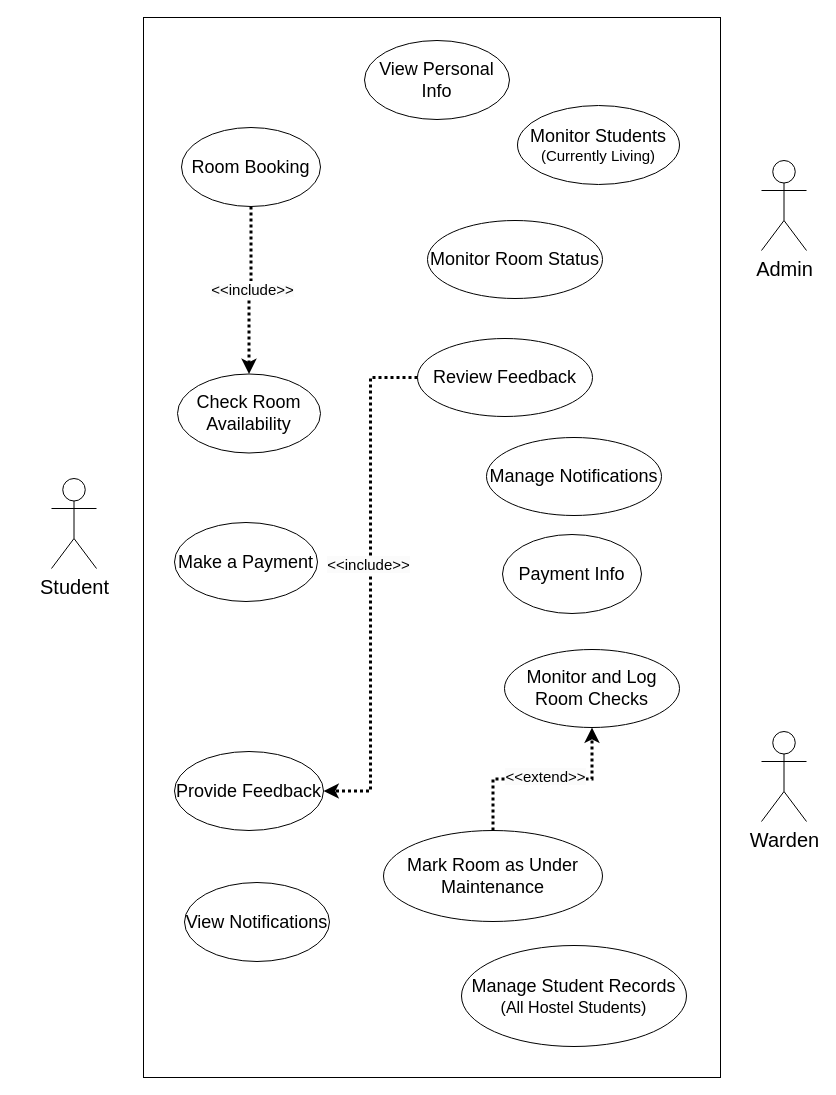
This is Use_case_diagram.drawio from OU-Hostel-Management/OU-Hostel-System, a draw.io file, before an edit. Source tidied: cells renumbered, new cells numbered last; positions are measured from the earlier drawing's top-left corner, leaving out a move shared by most shapes. Both pictures are drawn from the tidied source at 100%, with x=0, y=0 at pixel (51, 17).
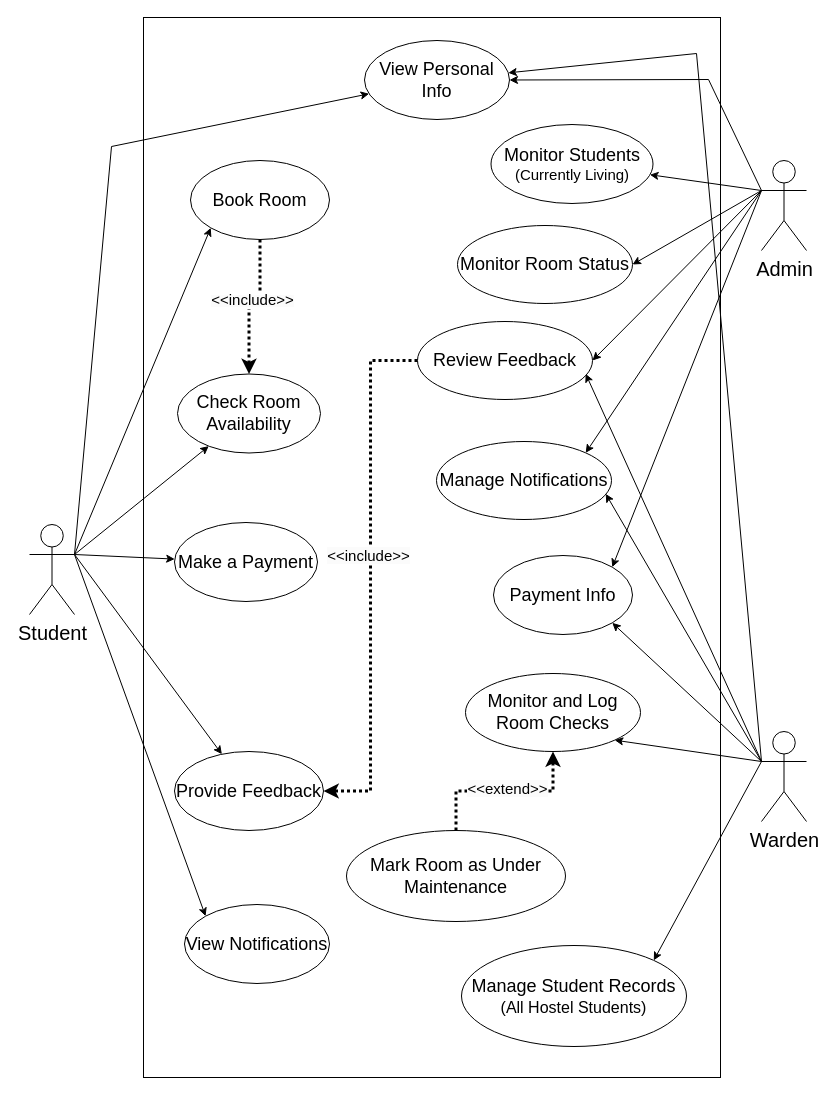
After the change.

The change refers to these unchanged cells:
```xml
<mxCell id="3" value="&lt;font style=&quot;font-size: 20px;&quot;&gt;Admin&lt;/font&gt;" style="shape=umlActor;verticalLabelPosition=bottom;verticalAlign=top;html=1;outlineConnect=0;" parent="1" vertex="1">
  <mxGeometry x="710" y="143" width="45" height="90" as="geometry" />
</mxCell>
<mxCell id="4" value="&lt;font style=&quot;font-size: 20px;&quot;&gt;Warden&lt;/font&gt;" style="shape=umlActor;verticalLabelPosition=bottom;verticalAlign=top;html=1;outlineConnect=0;" parent="1" vertex="1">
  <mxGeometry x="710" y="714" width="45" height="90" as="geometry" />
</mxCell>
<mxCell id="6" value="&lt;font style=&quot;font-size: 18px;&quot;&gt;View Personal Info&lt;/font&gt;" style="ellipse;whiteSpace=wrap;html=1;" parent="1" vertex="1">
  <mxGeometry x="313" y="23" width="145" height="79" as="geometry" />
</mxCell>
<mxCell id="10" value="&lt;font style=&quot;font-size: 18px;&quot;&gt;Make a Payment&lt;/font&gt;" style="ellipse;whiteSpace=wrap;html=1;" parent="1" vertex="1">
  <mxGeometry x="123" y="505" width="143" height="79" as="geometry" />
</mxCell>
<mxCell id="11" value="&lt;font style=&quot;font-size: 18px;&quot;&gt;Provide Feedback&lt;/font&gt;" style="ellipse;whiteSpace=wrap;html=1;" parent="1" vertex="1">
  <mxGeometry x="123" y="734" width="149" height="79" as="geometry" />
</mxCell>
<mxCell id="13" value="&lt;font style=&quot;font-size: 18px;&quot;&gt;Check Room Availability&lt;/font&gt;" style="ellipse;whiteSpace=wrap;html=1;" parent="1" vertex="1">
  <mxGeometry x="126" y="356.5" width="143" height="79" as="geometry" />
</mxCell>
<mxCell id="22" value="&lt;font style=&quot;font-size: 18px;&quot;&gt;Manage Student Records&lt;/font&gt;&lt;div&gt;&lt;font style=&quot;font-size: 16px;&quot;&gt;(All Hostel Students)&lt;/font&gt;&lt;/div&gt;" style="ellipse;whiteSpace=wrap;html=1;" parent="1" vertex="1">
  <mxGeometry x="410" y="928" width="225" height="101" as="geometry" />
</mxCell>
```

The edit, as a diff of the source:
```diff
@@
+    <mxCell id="5" style="rounded=0;whiteSpace=wrap;html=1;fillColor=default;" parent="1" vertex="1">
+      <mxGeometry x="92" width="577" height="1060" as="geometry" />
+    </mxCell>
     <mxCell id="2" value="&lt;font style=&quot;font-size: 20px;&quot;&gt;Student&lt;/font&gt;" style="shape=umlActor;verticalLabelPosition=bottom;verticalAlign=top;html=1;outlineConnect=0;" parent="1" vertex="1">
-      <mxGeometry y="461" width="45" height="90" as="geometry" />
+      <mxGeometry x="-22" y="507" width="45" height="90" as="geometry" />
     </mxCell>
@@
-    <mxCell id="5" style="rounded=0;whiteSpace=wrap;html=1;fillColor=default;" parent="1" vertex="1">
-      <mxGeometry x="92" width="577" height="1060" as="geometry" />
-    </mxCell>
@@
-    <mxCell id="9" value="&lt;font style=&quot;font-size: 18px;&quot;&gt;Room Booking&lt;/font&gt;" style="ellipse;whiteSpace=wrap;html=1;" parent="1" vertex="1">
-      <mxGeometry x="130" y="110" width="139" height="79" as="geometry" />
+    <mxCell id="9" value="&lt;span style=&quot;font-size: 18px;&quot;&gt;Book Room&lt;/span&gt;" style="ellipse;whiteSpace=wrap;html=1;" parent="1" vertex="1">
+      <mxGeometry x="139" y="143" width="139" height="79" as="geometry" />
     </mxCell>
@@
     <mxCell id="12" value="&lt;font style=&quot;font-size: 18px;&quot;&gt;View Notifications&lt;/font&gt;" style="ellipse;whiteSpace=wrap;html=1;" parent="1" vertex="1">
-      <mxGeometry x="133" y="865" width="145" height="79" as="geometry" />
+      <mxGeometry x="133" y="887" width="145" height="79" as="geometry" />
     </mxCell>
@@
     <mxCell id="14" value="&lt;font style=&quot;font-size: 18px;&quot;&gt;Monitor Students&lt;/font&gt;&lt;div&gt;&lt;font style=&quot;font-size: 15px;&quot;&gt;(Currently Living)&lt;/font&gt;&lt;/div&gt;" style="ellipse;whiteSpace=wrap;html=1;" parent="1" vertex="1">
-      <mxGeometry x="466" y="88" width="162" height="79" as="geometry" />
+      <mxGeometry x="439.5" y="107" width="162" height="79" as="geometry" />
     </mxCell>
     <mxCell id="15" value="&lt;font style=&quot;font-size: 18px;&quot;&gt;Payment Info&lt;/font&gt;" style="ellipse;whiteSpace=wrap;html=1;" parent="1" vertex="1">
-      <mxGeometry x="451" y="517" width="139" height="79" as="geometry" />
+      <mxGeometry x="442" y="538" width="139" height="79" as="geometry" />
     </mxCell>
     <mxCell id="16" value="&lt;font style=&quot;font-size: 18px;&quot;&gt;Manage Notifications&lt;/font&gt;" style="ellipse;whiteSpace=wrap;html=1;" parent="1" vertex="1">
-      <mxGeometry x="435" y="420" width="175" height="78" as="geometry" />
+      <mxGeometry x="385" y="424" width="175" height="78" as="geometry" />
     </mxCell>
@@
     <mxCell id="19" value="&lt;font style=&quot;font-size: 18px;&quot;&gt;Review Feedback&lt;/font&gt;" style="ellipse;whiteSpace=wrap;html=1;" parent="1" vertex="1">
-      <mxGeometry x="366" y="321" width="175" height="78" as="geometry" />
+      <mxGeometry x="366" y="304" width="175" height="78" as="geometry" />
     </mxCell>
     <mxCell id="20" value="&lt;font style=&quot;font-size: 18px;&quot;&gt;Monitor Room Status&lt;/font&gt;" style="ellipse;whiteSpace=wrap;html=1;" parent="1" vertex="1">
-      <mxGeometry x="376" y="203" width="175" height="78" as="geometry" />
+      <mxGeometry x="406" y="208" width="175" height="78" as="geometry" />
     </mxCell>
@@
     <mxCell id="23" value="&lt;font style=&quot;font-size: 18px;&quot;&gt;Monitor and Log Room Checks&lt;/font&gt;" style="ellipse;whiteSpace=wrap;html=1;" parent="1" vertex="1">
-      <mxGeometry x="453" y="632" width="175" height="78" as="geometry" />
+      <mxGeometry x="414" y="656" width="175" height="78" as="geometry" />
     </mxCell>
@@
     <mxCell id="26" value="&lt;font style=&quot;font-size: 18px;&quot;&gt;Mark Room as Under Maintenance&lt;/font&gt;" style="ellipse;whiteSpace=wrap;html=1;" parent="1" vertex="1">
-      <mxGeometry x="332" y="813" width="219" height="91" as="geometry" />
+      <mxGeometry x="295" y="813" width="219" height="91" as="geometry" />
     </mxCell>
+    <mxCell id="27" style="endArrow=classic;html=1;rounded=0;exitX=1;exitY=0.3333333333333333;exitDx=0;exitDy=0;exitPerimeter=0;" parent="1" edge="1" source="2" target="6">
+      <mxGeometry relative="1" as="geometry">
+        <Array as="points">
+          <mxPoint x="60" y="129" />
+        </Array>
+      </mxGeometry>
+    </mxCell>
+    <mxCell id="28" style="endArrow=classic;html=1;rounded=0;exitX=1;exitY=0.3333333333333333;exitDx=0;exitDy=0;exitPerimeter=0;entryX=0;entryY=1;entryDx=0;entryDy=0;" parent="1" edge="1" source="2" target="9">
+      <mxGeometry relative="1" as="geometry" />
+    </mxCell>
+    <mxCell id="29" style="endArrow=classic;html=1;rounded=0;exitX=1;exitY=0.3333333333333333;exitDx=0;exitDy=0;exitPerimeter=0;" parent="1" edge="1" source="2" target="13">
+      <mxGeometry relative="1" as="geometry" />
+    </mxCell>
+    <mxCell id="30" style="endArrow=classic;html=1;rounded=0;exitX=1;exitY=0.3333333333333333;exitDx=0;exitDy=0;exitPerimeter=0;" parent="1" edge="1" source="2" target="10">
+      <mxGeometry relative="1" as="geometry" />
+    </mxCell>
+    <mxCell id="31" style="endArrow=classic;html=1;rounded=0;exitX=1;exitY=0.3333333333333333;exitDx=0;exitDy=0;exitPerimeter=0;" parent="1" edge="1" source="2" target="11">
+      <mxGeometry relative="1" as="geometry" />
+    </mxCell>
+    <mxCell id="32" style="endArrow=classic;html=1;rounded=0;exitX=1;exitY=0.3333333333333333;exitDx=0;exitDy=0;exitPerimeter=0;entryX=0;entryY=0;entryDx=0;entryDy=0;" parent="1" edge="1" source="2" target="12">
+      <mxGeometry relative="1" as="geometry" />
+    </mxCell>
+    <mxCell id="33" style="endArrow=classic;html=1;rounded=0;exitX=0;exitY=0.3333333333333333;exitDx=0;exitDy=0;exitPerimeter=0;" parent="1" edge="1" source="3" target="6">
+      <mxGeometry relative="1" as="geometry">
+        <Array as="points">
+          <mxPoint x="657" y="62" />
+        </Array>
+      </mxGeometry>
+    </mxCell>
+    <mxCell id="34" style="endArrow=classic;html=1;rounded=0;exitX=0;exitY=0.3333333333333333;exitDx=0;exitDy=0;exitPerimeter=0;" parent="1" edge="1" source="3" target="14">
+      <mxGeometry relative="1" as="geometry" />
+    </mxCell>
+    <mxCell id="35" style="endArrow=classic;html=1;rounded=0;exitX=0;exitY=0.3333333333333333;exitDx=0;exitDy=0;exitPerimeter=0;entryX=1;entryY=0.5;entryDx=0;entryDy=0;" parent="1" edge="1" source="3" target="20">
+      <mxGeometry relative="1" as="geometry" />
+    </mxCell>
+    <mxCell id="36" style="endArrow=classic;html=1;rounded=0;exitX=0;exitY=0.3333333333333333;exitDx=0;exitDy=0;exitPerimeter=0;entryX=1;entryY=0.5;entryDx=0;entryDy=0;" parent="1" edge="1" source="3" target="19">
+      <mxGeometry relative="1" as="geometry" />
+    </mxCell>
+    <mxCell id="37" style="endArrow=classic;html=1;rounded=0;exitX=0;exitY=0.3333333333333333;exitDx=0;exitDy=0;exitPerimeter=0;entryX=1;entryY=0;entryDx=0;entryDy=0;" parent="1" edge="1" source="3" target="16">
+      <mxGeometry relative="1" as="geometry" />
+    </mxCell>
+    <mxCell id="38" style="endArrow=classic;html=1;rounded=0;entryX=1;entryY=0;entryDx=0;entryDy=0;exitX=0;exitY=0.3333333333333333;exitDx=0;exitDy=0;exitPerimeter=0;" parent="1" edge="1" source="3" target="15">
+      <mxGeometry relative="1" as="geometry" />
+    </mxCell>
+    <mxCell id="39" style="endArrow=classic;html=1;rounded=0;exitX=0;exitY=0.3333333333333333;exitDx=0;exitDy=0;exitPerimeter=0;" parent="1" edge="1" source="4" target="6">
+      <mxGeometry relative="1" as="geometry">
+        <Array as="points">
+          <mxPoint x="645" y="36" />
+        </Array>
+      </mxGeometry>
+    </mxCell>
+    <mxCell id="40" style="endArrow=classic;html=1;rounded=0;entryX=0.961;entryY=0.671;entryDx=0;entryDy=0;exitX=0;exitY=0.3333333333333333;exitDx=0;exitDy=0;exitPerimeter=0;entryPerimeter=0;" parent="1" edge="1" source="4" target="19">
+      <mxGeometry relative="1" as="geometry" />
+    </mxCell>
+    <mxCell id="41" style="endArrow=classic;html=1;rounded=0;entryX=0.967;entryY=0.671;entryDx=0;entryDy=0;exitX=0;exitY=0.3333333333333333;exitDx=0;exitDy=0;exitPerimeter=0;entryPerimeter=0;" parent="1" edge="1" source="4" target="16">
+      <mxGeometry relative="1" as="geometry" />
+    </mxCell>
+    <mxCell id="42" style="endArrow=classic;html=1;rounded=0;entryX=1;entryY=1;entryDx=0;entryDy=0;exitX=0;exitY=0.3333333333333333;exitDx=0;exitDy=0;exitPerimeter=0;" parent="1" edge="1" source="4" target="15">
+      <mxGeometry relative="1" as="geometry" />
+    </mxCell>
+    <mxCell id="43" style="endArrow=classic;html=1;rounded=0;entryX=1;entryY=1;entryDx=0;entryDy=0;exitX=0;exitY=0.3333333333333333;exitDx=0;exitDy=0;exitPerimeter=0;" parent="1" edge="1" source="4" target="23">
+      <mxGeometry relative="1" as="geometry" />
+    </mxCell>
+    <mxCell id="44" style="endArrow=classic;html=1;rounded=0;entryX=1;entryY=0;entryDx=0;entryDy=0;exitX=0;exitY=0.3333333333333333;exitDx=0;exitDy=0;exitPerimeter=0;" parent="1" edge="1" source="4" target="22">
+      <mxGeometry relative="1" as="geometry" />
+    </mxCell>
```
